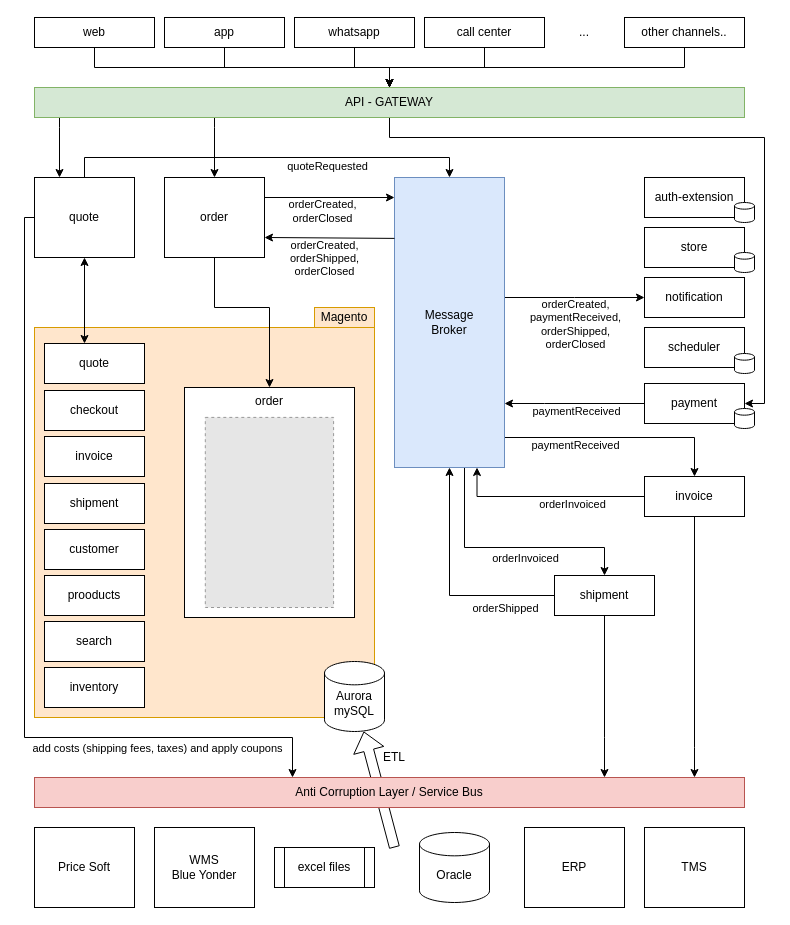
Earlier version of the draw.io diagram Untitled Diagram.drawio (wanderleisouza/HtmlCSS). Source tidied: cells renumbered, new cells numbered last; positions are measured from the earlier drawing's top-left corner, leaving out a move shared by most shapes. Both pictures are drawn from the tidied source at 100%, with x=0, y=0 at pixel (24, 17). Pictures stored in the file or linked from it are replaced by grey dashed boxes.
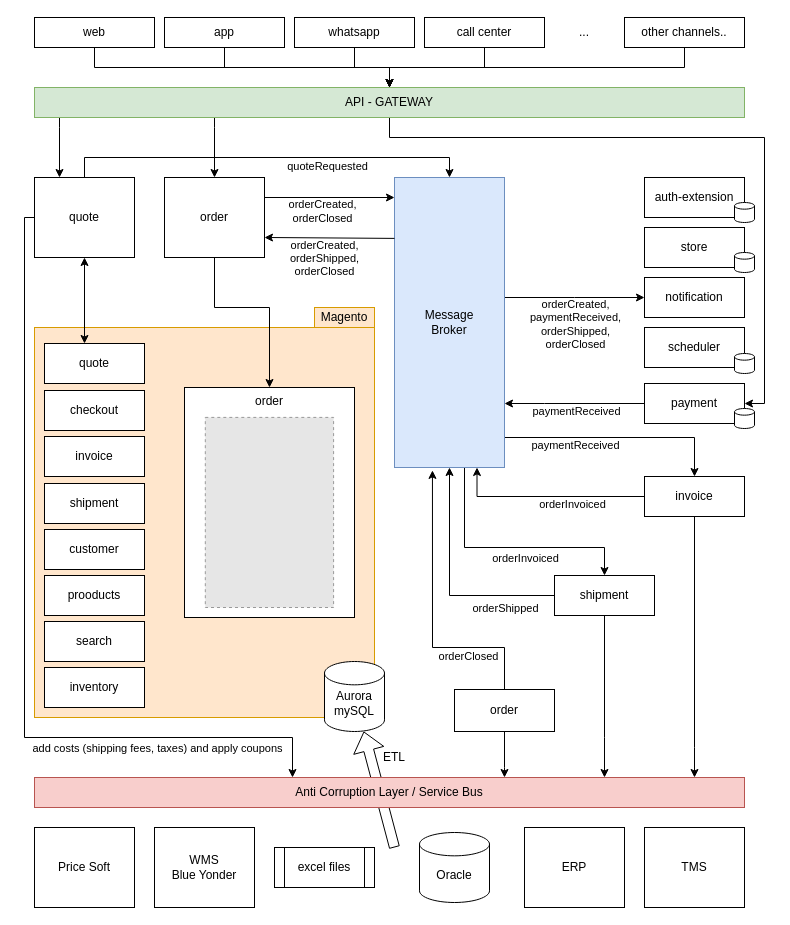
The same diagram, later.

The change refers to these unchanged cells:
```xml
<mxCell id="32" value="Message&lt;br&gt;Broker" style="rounded=0;whiteSpace=wrap;html=1;fillColor=#dae8fc;strokeColor=#6c8ebf;" parent="1" vertex="1">
  <mxGeometry x="370" y="160" width="110" height="290" as="geometry" />
</mxCell>
<mxCell id="51" value="Anti Corruption Layer / Service Bus" style="rounded=0;whiteSpace=wrap;html=1;fillColor=#f8cecc;strokeColor=#b85450;" parent="1" vertex="1">
  <mxGeometry x="10" y="760" width="710" height="30" as="geometry" />
</mxCell>
```

Change to the diagram source:
```diff
@@
+    <mxCell id="79" style="edgeStyle=orthogonalEdgeStyle;rounded=0;jettySize=auto;html=1;entryX=0.345;entryY=1.01;entryDx=0;entryDy=0;entryPerimeter=0;" parent="1" edge="1" source="82" target="32">
+      <mxGeometry relative="1" as="geometry">
+        <Array as="points">
+          <mxPoint x="480" y="630" />
+          <mxPoint x="408" y="630" />
+        </Array>
+      </mxGeometry>
+    </mxCell>
+    <mxCell id="80" value="orderClosed" style="edgeLabel;html=1;align=center;verticalAlign=middle;" parent="79" vertex="1">
+      <mxGeometry x="-0.45" y="4" relative="1" as="geometry">
+        <mxPoint x="1" y="4" as="offset" />
+      </mxGeometry>
+    </mxCell>
+    <mxCell id="81" style="edgeStyle=orthogonalEdgeStyle;rounded=0;jettySize=auto;html=1;" parent="1" edge="1" source="82" target="51">
+      <mxGeometry relative="1" as="geometry">
+        <Array as="points">
+          <mxPoint x="480" y="750" />
+          <mxPoint x="480" y="750" />
+        </Array>
+      </mxGeometry>
+    </mxCell>
+    <mxCell id="82" value="order" style="rounded=0;whiteSpace=wrap;html=1;" parent="1" vertex="1">
+      <mxGeometry x="430" y="672" width="100" height="42" as="geometry" />
+    </mxCell>
```
